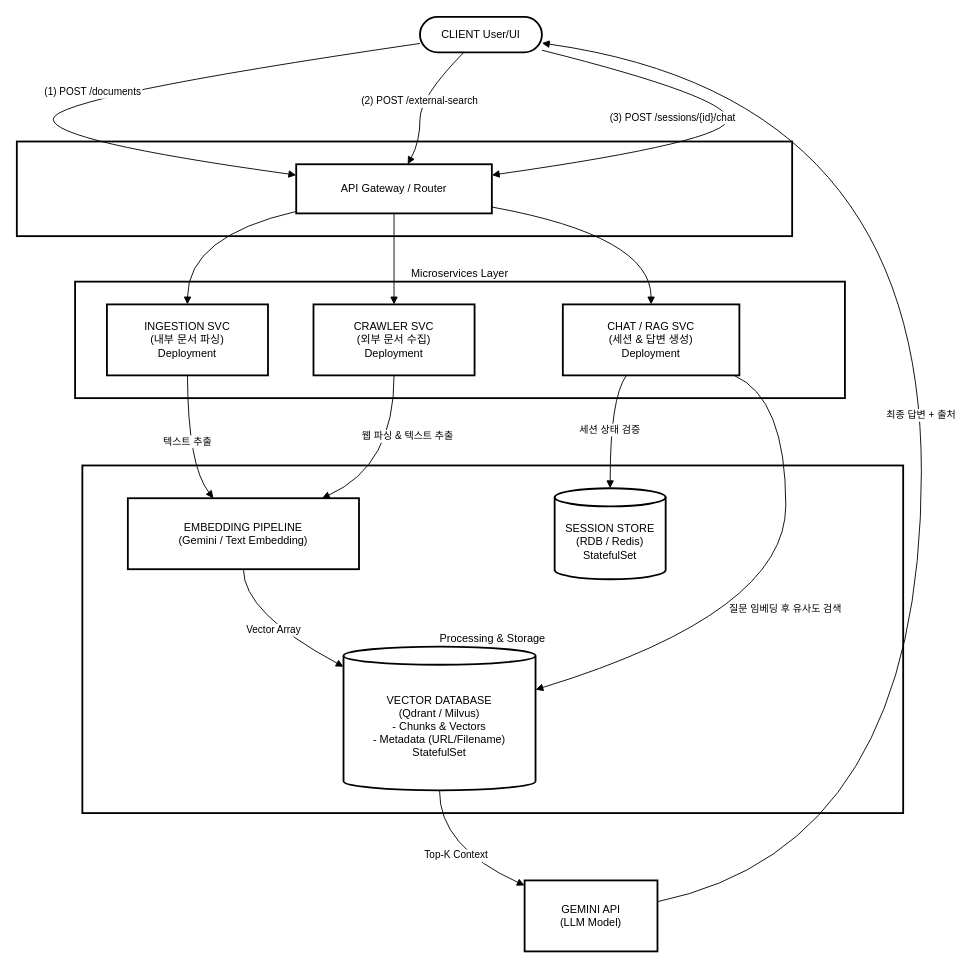
The draw.io diagram docs/dataflow.drawio in CloudAndEngineer/Technical_Docs_Search_Service, before the edit. Source tidied: cells renumbered, new cells numbered last; positions are measured from the earlier drawing's top-left corner, leaving out a move shared by most shapes. Both pictures are drawn from the tidied source at 91%, with x=0, y=0 at pixel (16, 16).
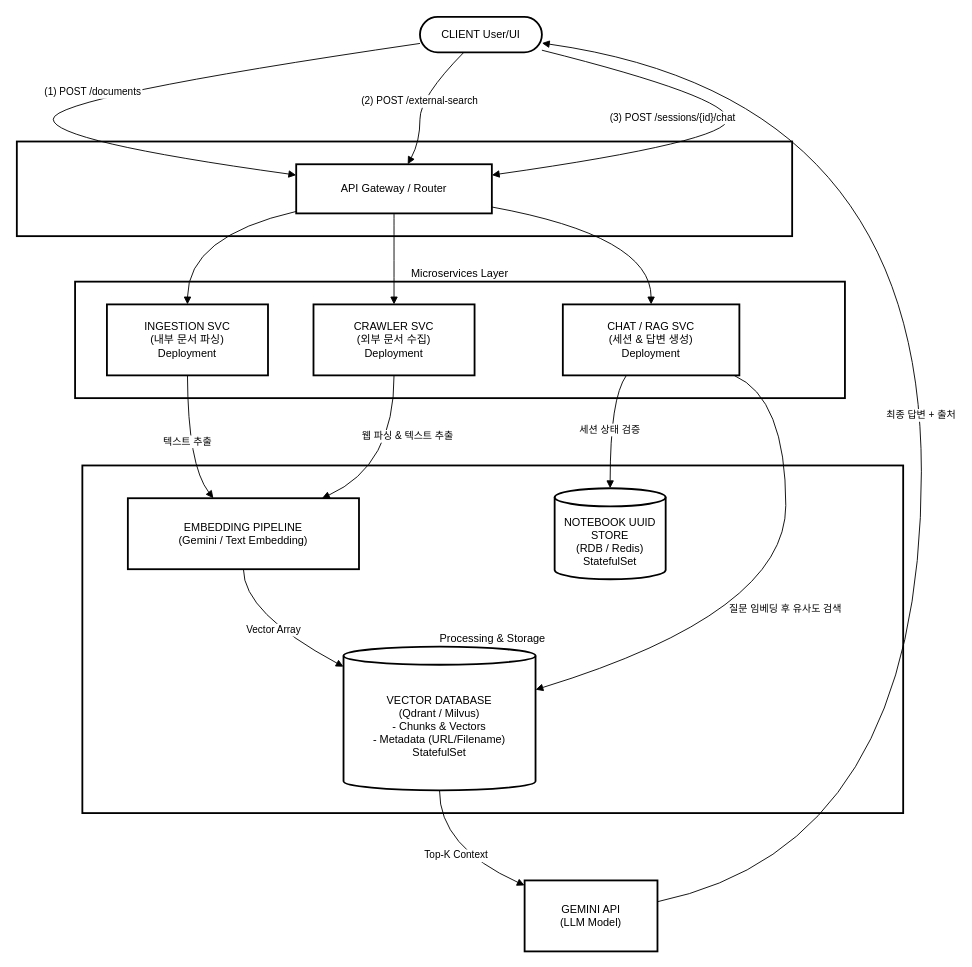
The same page after the edit.

Commit message (it also covers changes not shown here):
Docs : Revise Dataflow

The edit, as a diff of the source:
```diff
@@
-    <mxCell id="11" value="SESSION STORE&#10;(RDB / Redis)&#10;StatefulSet" style="shape=cylinder3;boundedLbl=1;backgroundOutline=1;size=10;strokeWidth=2;whiteSpace=wrap;" parent="1" vertex="1">
+    <mxCell id="11" value="NOTEBOOK UUID STORE&#10;(RDB / Redis)&#10;StatefulSet" style="shape=cylinder3;boundedLbl=1;backgroundOutline=1;size=10;strokeWidth=2;whiteSpace=wrap;" parent="1" vertex="1">
       <mxGeometry x="591" y="518" width="122" height="100" as="geometry" />
     </mxCell>
```
